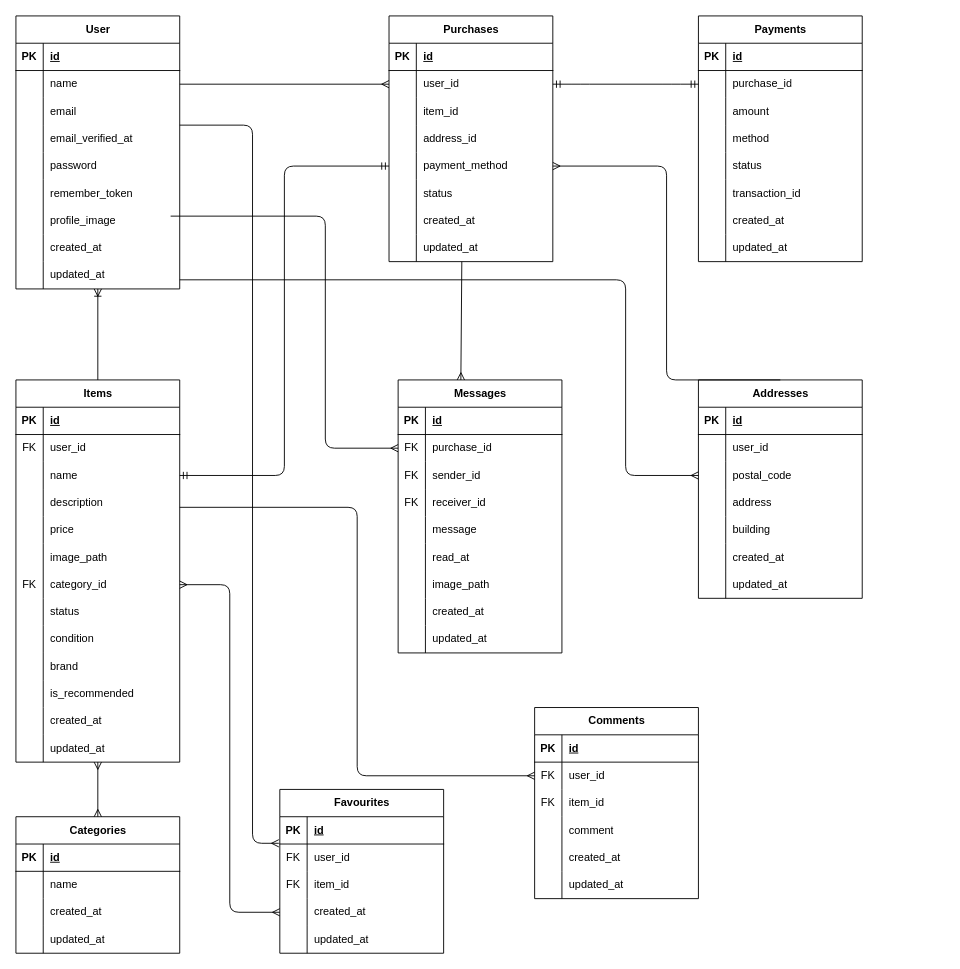
Above: er.drawio.dio in k-sakata1988/freemarketsite_protest (draw.io), before the change. Source tidied: cells renumbered, new cells numbered last; positions are measured from the earlier drawing's top-left corner, leaving out a move shared by most shapes. Both pictures are drawn from the tidied source at 91%, with x=0, y=0 at pixel (15, 15).
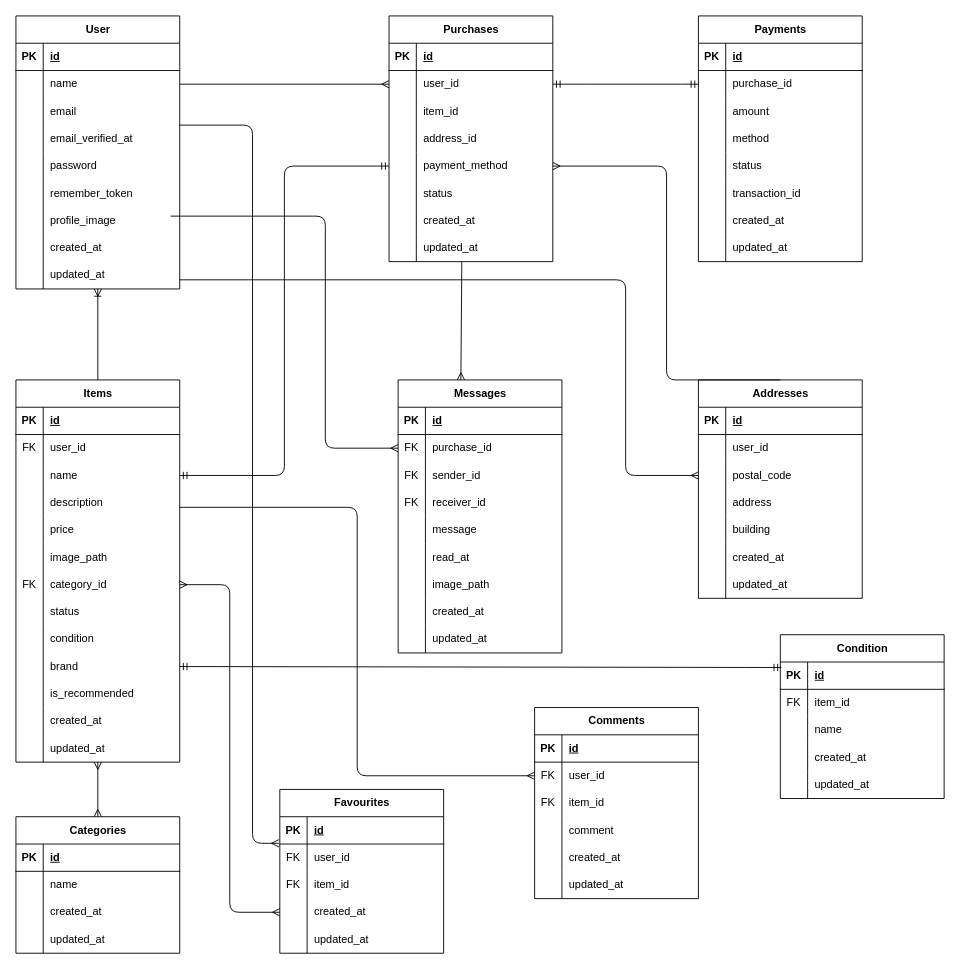
After the change.

The change refers to these unchanged cells:
```xml
<mxCell id="130" style="shape=tableRow;horizontal=0;startSize=0;swimlaneHead=0;swimlaneBody=0;fillColor=none;points=[[0,0.5],[1,0.5]];portConstraint=eastwest;top=0;left=0;right=0;bottom=0;" parent="102" vertex="1">
  <mxGeometry y="300" width="180" height="30" as="geometry" />
</mxCell>
```

Change to the diagram source:
```diff
@@
+    <mxCell id="230" value="Condition" style="shape=table;startSize=30;childLayout=tableLayout;rowLines=0;fontStyle=1;align=center;html=1;" parent="1" vertex="1">
+      <mxGeometry x="840" y="680" width="180" height="180" as="geometry" />
+    </mxCell>
+    <mxCell id="231" style="shape=tableRow;horizontal=0;startSize=0;swimlaneHead=0;swimlaneBody=0;fillColor=none;points=[[0,0.5],[1,0.5]];portConstraint=eastwest;top=0;left=0;right=0;bottom=1;" parent="230" vertex="1">
+      <mxGeometry y="30" width="180" height="30" as="geometry" />
+    </mxCell>
+    <mxCell id="232" value="PK" style="shape=partialRectangle;fillColor=none;top=0;left=0;bottom=0;right=0;fontStyle=1;overflow=hidden;whiteSpace=wrap;html=1;" parent="231" vertex="1">
+      <mxGeometry width="30" height="30" as="geometry" />
+    </mxCell>
+    <mxCell id="233" value="id" style="shape=partialRectangle;fillColor=none;top=0;left=0;bottom=0;right=0;align=left;spacingLeft=6;fontStyle=5;overflow=hidden;whiteSpace=wrap;html=1;" parent="231" vertex="1">
+      <mxGeometry x="30" width="150" height="30" as="geometry" />
+    </mxCell>
+    <mxCell id="234" style="shape=tableRow;horizontal=0;startSize=0;swimlaneHead=0;swimlaneBody=0;fillColor=none;top=0;left=0;right=0;bottom=0;" parent="230" vertex="1">
+      <mxGeometry y="60" width="180" height="30" as="geometry" />
+    </mxCell>
+    <mxCell id="235" value="FK" style="shape=partialRectangle;fillColor=none;top=0;left=0;bottom=0;right=0;overflow=hidden;whiteSpace=wrap;html=1;" parent="234" vertex="1">
+      <mxGeometry width="30" height="30" as="geometry" />
+    </mxCell>
+    <mxCell id="236" value="item_id" style="shape=partialRectangle;fillColor=none;top=0;left=0;bottom=0;right=0;align=left;spacingLeft=6;overflow=hidden;whiteSpace=wrap;html=1;" parent="234" vertex="1">
+      <mxGeometry x="30" width="150" height="30" as="geometry" />
+    </mxCell>
+    <mxCell id="237" style="shape=tableRow;horizontal=0;startSize=0;swimlaneHead=0;swimlaneBody=0;fillColor=none;top=0;left=0;right=0;bottom=0;" parent="230" vertex="1">
+      <mxGeometry y="90" width="180" height="30" as="geometry" />
+    </mxCell>
+    <mxCell id="238" style="shape=partialRectangle;fillColor=none;top=0;left=0;bottom=0;right=0;overflow=hidden;whiteSpace=wrap;html=1;" parent="237" vertex="1">
+      <mxGeometry width="30" height="30" as="geometry" />
+    </mxCell>
+    <mxCell id="239" value="name" style="shape=partialRectangle;fillColor=none;top=0;left=0;bottom=0;right=0;align=left;spacingLeft=6;overflow=hidden;whiteSpace=wrap;html=1;" parent="237" vertex="1">
+      <mxGeometry x="30" width="150" height="30" as="geometry" />
+    </mxCell>
+    <mxCell id="240" style="shape=tableRow;horizontal=0;startSize=0;swimlaneHead=0;swimlaneBody=0;fillColor=none;top=0;left=0;right=0;bottom=0;" parent="230" vertex="1">
+      <mxGeometry y="120" width="180" height="30" as="geometry" />
+    </mxCell>
+    <mxCell id="241" style="shape=partialRectangle;fillColor=none;top=0;left=0;bottom=0;right=0;overflow=hidden;whiteSpace=wrap;html=1;" parent="240" vertex="1">
+      <mxGeometry width="30" height="30" as="geometry" />
+    </mxCell>
+    <mxCell id="242" value="created_at" style="shape=partialRectangle;fillColor=none;top=0;left=0;bottom=0;right=0;align=left;spacingLeft=6;overflow=hidden;whiteSpace=wrap;html=1;" parent="240" vertex="1">
+      <mxGeometry x="30" width="150" height="30" as="geometry" />
+    </mxCell>
+    <mxCell id="243" style="shape=tableRow;horizontal=0;startSize=0;swimlaneHead=0;swimlaneBody=0;fillColor=none;top=0;left=0;right=0;bottom=0;" parent="230" vertex="1">
+      <mxGeometry y="150" width="180" height="30" as="geometry" />
+    </mxCell>
+    <mxCell id="244" style="shape=partialRectangle;fillColor=none;top=0;left=0;bottom=0;right=0;overflow=hidden;whiteSpace=wrap;html=1;" parent="243" vertex="1">
+      <mxGeometry width="30" height="30" as="geometry" />
+    </mxCell>
+    <mxCell id="245" value="updated_at" style="shape=partialRectangle;fillColor=none;top=0;left=0;bottom=0;right=0;align=left;spacingLeft=6;overflow=hidden;whiteSpace=wrap;html=1;" parent="243" vertex="1">
+      <mxGeometry x="30" width="150" height="30" as="geometry" />
+    </mxCell>
+    <mxCell id="246" style="edgeStyle=entityRelationEdgeStyle;fontSize=12;html=1;endArrow=ERmandOne;startArrow=ERmandOne;exitX=1;exitY=0.5;exitDx=0;exitDy=0;entryX=0.006;entryY=0.2;entryDx=0;entryDy=0;entryPerimeter=0;" parent="1" edge="1" source="130" target="231">
+      <mxGeometry relative="1" as="geometry" />
+    </mxCell>
```
